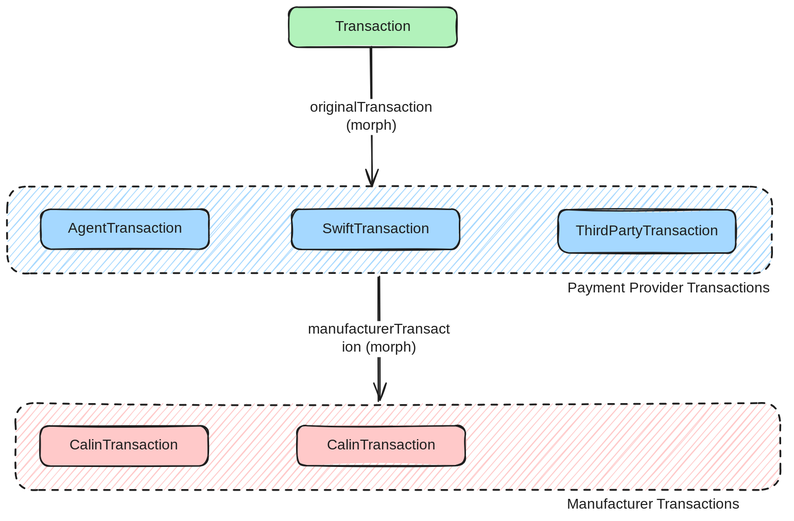
Before: docs/development/images/transactions.excalidraw.svg, a diagram exported from Excalidraw (rohitwebstep/micropowermanager). Source tidied: one line per element, renumbered; positions are measured from the earlier drawing's top-left corner, leaving out a move shared by most shapes.
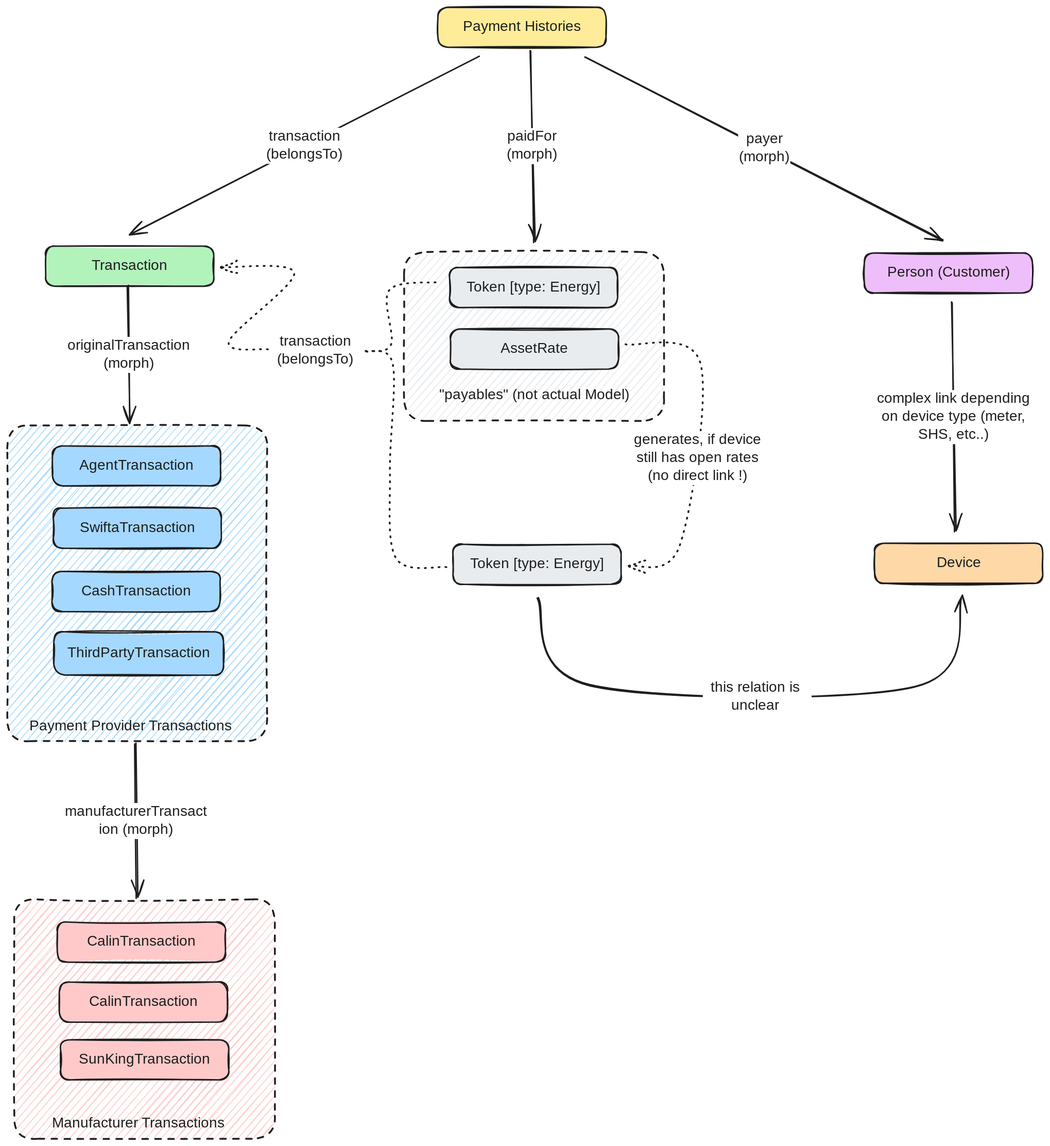
Above is the later version.

What changed in the source:
```diff
@@ -1,20 +1,54 @@
+{"id": 20, "type": "rectangle", "strokeColor": "#1e1e1e", "backgroundColor": "#e9ecef", "fillStyle": "hachure", "strokeWidth": 2, "strokeStyle": "dashed", "roughness": 1, "round": true, "x": 840, "y": 8, "width": 360, "height": 234}
-{"id": 0, "type": "rectangle", "strokeColor": "#1e1e1e", "backgroundColor": "#ffc9c9", "fillStyle": "hachure", "strokeWidth": 2, "strokeStyle": "dashed", "roughness": 1, "round": true, "x": 12, "y": 549, "width": 1061, "height": 120}
+{"id": 0, "type": "rectangle", "strokeColor": "#1e1e1e", "backgroundColor": "#ffc9c9", "fillStyle": "hachure", "strokeWidth": 2, "strokeStyle": "dashed", "roughness": 1, "round": true, "x": 300, "y": 905, "width": 361, "height": 332}
-{"id": 1, "type": "rectangle", "strokeColor": "#1e1e1e", "backgroundColor": "#a5d8ff", "fillStyle": "hachure", "strokeWidth": 2, "strokeStyle": "dashed", "roughness": 1, "round": true, "x": 0, "y": 249, "width": 1061, "height": 120}
+{"id": 1, "type": "rectangle", "strokeColor": "#1e1e1e", "backgroundColor": "#a5d8ff", "fillStyle": "hachure", "strokeWidth": 2, "strokeStyle": "dashed", "roughness": 1, "round": true, "x": 290, "y": 248, "width": 360, "height": 438}
-{"id": 2, "type": "rectangle", "strokeColor": "#1e1e1e", "backgroundColor": "#b2f2bb", "fillStyle": "solid", "strokeWidth": 2, "roughness": 1, "round": true, "x": 391, "y": 0, "width": 233, "height": 56}
+{"id": 2, "type": "rectangle", "strokeColor": "#1e1e1e", "backgroundColor": "#b2f2bb", "fillStyle": "solid", "strokeWidth": 2, "roughness": 1, "round": true, "x": 343, "y": 0, "width": 233, "height": 56}
-{"id": 3, "type": "text", "text": "Transaction", "strokeColor": "#1e1e1e", "backgroundColor": "#b2f2bb", "fillStyle": "hachure", "strokeWidth": 2, "roughness": 1, "fontSize": 20, "fontFamily": 5, "textAlign": "center", "verticalAlign": "middle", "inside": 2, "x": 449, "y": 15, "width": 116, "height": 25}
+{"id": 3, "type": "text", "text": "Transaction", "strokeColor": "#1e1e1e", "backgroundColor": "#b2f2bb", "fillStyle": "hachure", "strokeWidth": 2, "roughness": 1, "fontSize": 20, "fontFamily": 5, "textAlign": "center", "verticalAlign": "middle", "inside": 2, "x": 402, "y": 15, "width": 116, "height": 25}
-{"id": 4, "type": "rectangle", "strokeColor": "#1e1e1e", "backgroundColor": "#a5d8ff", "fillStyle": "solid", "strokeWidth": 2, "roughness": 1, "round": true, "x": 47, "y": 280, "width": 233, "height": 56}
+{"id": 4, "type": "rectangle", "strokeColor": "#1e1e1e", "backgroundColor": "#a5d8ff", "fillStyle": "solid", "strokeWidth": 2, "roughness": 1, "round": true, "x": 353, "y": 276, "width": 233, "height": 56}
-{"id": 5, "type": "text", "text": "AgentTransaction", "strokeColor": "#1e1e1e", "backgroundColor": "#b2f2bb", "fillStyle": "hachure", "strokeWidth": 2, "roughness": 1, "fontSize": 20, "fontFamily": 5, "textAlign": "center", "verticalAlign": "middle", "inside": 4, "x": 77, "y": 295, "width": 173, "height": 25}
+{"id": 5, "type": "text", "text": "AgentTransaction", "strokeColor": "#1e1e1e", "backgroundColor": "#b2f2bb", "fillStyle": "hachure", "strokeWidth": 2, "roughness": 1, "fontSize": 20, "fontFamily": 5, "textAlign": "center", "verticalAlign": "middle", "inside": 4, "x": 383, "y": 292, "width": 173, "height": 25}
-{"id": 6, "type": "rectangle", "strokeColor": "#1e1e1e", "backgroundColor": "#a5d8ff", "fillStyle": "solid", "strokeWidth": 2, "roughness": 1, "round": true, "x": 394, "y": 280, "width": 233, "height": 56}
+{"id": 6, "type": "rectangle", "strokeColor": "#1e1e1e", "backgroundColor": "#a5d8ff", "fillStyle": "solid", "strokeWidth": 2, "roughness": 1, "round": true, "x": 354, "y": 363, "width": 233, "height": 56}
-{"id": 7, "type": "text", "text": "SwiftTransaction", "strokeColor": "#1e1e1e", "backgroundColor": "#b2f2bb", "fillStyle": "hachure", "strokeWidth": 2, "roughness": 1, "fontSize": 20, "fontFamily": 5, "textAlign": "center", "verticalAlign": "middle", "inside": 6, "x": 427, "y": 296, "width": 168, "height": 25}
+{"id": 7, "type": "text", "text": "SwiftaTransaction", "strokeColor": "#1e1e1e", "backgroundColor": "#b2f2bb", "fillStyle": "hachure", "strokeWidth": 2, "roughness": 1, "fontSize": 20, "fontFamily": 5, "textAlign": "center", "verticalAlign": "middle", "inside": 6, "x": 381, "y": 378, "width": 179, "height": 25}
-{"id": 8, "type": "rectangle", "strokeColor": "#1e1e1e", "backgroundColor": "#a5d8ff", "fillStyle": "solid", "strokeWidth": 2, "roughness": 1, "round": true, "x": 764, "y": 281, "width": 246, "height": 60}
+{"id": 8, "type": "rectangle", "strokeColor": "#1e1e1e", "backgroundColor": "#a5d8ff", "fillStyle": "solid", "strokeWidth": 2, "roughness": 1, "round": true, "x": 355, "y": 534, "width": 235, "height": 60}
-{"id": 9, "type": "text", "text": "ThirdPartyTransaction", "strokeColor": "#1e1e1e", "backgroundColor": "#b2f2bb", "fillStyle": "hachure", "strokeWidth": 2, "roughness": 1, "fontSize": 20, "fontFamily": 5, "textAlign": "center", "verticalAlign": "middle", "inside": 8, "x": 775, "y": 298, "width": 225, "height": 25}
+{"id": 9, "type": "text", "text": "ThirdPartyTransaction", "strokeColor": "#1e1e1e", "backgroundColor": "#b2f2bb", "fillStyle": "hachure", "strokeWidth": 2, "roughness": 1, "fontSize": 20, "fontFamily": 5, "textAlign": "center", "verticalAlign": "middle", "inside": 8, "x": 360, "y": 552, "width": 225, "height": 25}
-{"id": 10, "type": "rectangle", "strokeColor": "#1e1e1e", "backgroundColor": "#ffc9c9", "fillStyle": "solid", "strokeWidth": 2, "roughness": 1, "round": true, "x": 45, "y": 581, "width": 233, "height": 56}
+{"id": 10, "type": "rectangle", "strokeColor": "#1e1e1e", "backgroundColor": "#ffc9c9", "fillStyle": "solid", "strokeWidth": 2, "roughness": 1, "round": true, "x": 362, "y": 1020, "width": 233, "height": 56}
-{"id": 11, "type": "text", "text": "CalinTransaction", "strokeColor": "#1e1e1e", "backgroundColor": "#b2f2bb", "fillStyle": "hachure", "strokeWidth": 2, "roughness": 1, "fontSize": 20, "fontFamily": 5, "textAlign": "center", "verticalAlign": "middle", "inside": 10, "x": 82, "y": 596, "width": 160, "height": 25}
+{"id": 11, "type": "text", "text": "CalinTransaction", "strokeColor": "#1e1e1e", "backgroundColor": "#b2f2bb", "fillStyle": "hachure", "strokeWidth": 2, "roughness": 1, "fontSize": 20, "fontFamily": 5, "textAlign": "center", "verticalAlign": "middle", "inside": 10, "x": 399, "y": 1035, "width": 160, "height": 25}
-{"id": 12, "type": "rectangle", "strokeColor": "#1e1e1e", "backgroundColor": "#ffc9c9", "fillStyle": "solid", "strokeWidth": 2, "roughness": 1, "round": true, "x": 402, "y": 580, "width": 233, "height": 56}
+{"id": 12, "type": "rectangle", "strokeColor": "#1e1e1e", "backgroundColor": "#ffc9c9", "fillStyle": "solid", "strokeWidth": 2, "roughness": 1, "round": true, "x": 360, "y": 937, "width": 233, "height": 56}
-{"id": 13, "type": "text", "text": "CalinTransaction", "strokeColor": "#1e1e1e", "backgroundColor": "#b2f2bb", "fillStyle": "hachure", "strokeWidth": 2, "roughness": 1, "fontSize": 20, "fontFamily": 5, "textAlign": "center", "verticalAlign": "middle", "inside": 12, "x": 439, "y": 596, "width": 160, "height": 25}
+{"id": 13, "type": "text", "text": "CalinTransaction", "strokeColor": "#1e1e1e", "backgroundColor": "#b2f2bb", "fillStyle": "hachure", "strokeWidth": 2, "roughness": 1, "fontSize": 20, "fontFamily": 5, "textAlign": "center", "verticalAlign": "middle", "inside": 12, "x": 396, "y": 952, "width": 160, "height": 25}
-{"id": 14, "type": "text", "text": "Manufacturer Transactions", "strokeColor": "#1e1e1e", "backgroundColor": "#a5d8ff", "fillStyle": "solid", "strokeWidth": 2, "strokeStyle": "dashed", "roughness": 1, "fontSize": 20, "fontFamily": 5, "x": 776, "y": 678, "width": 263, "height": 25}
+{"id": 14, "type": "text", "text": "Manufacturer Transactions", "strokeColor": "#1e1e1e", "backgroundColor": "#a5d8ff", "fillStyle": "solid", "strokeWidth": 2, "strokeStyle": "dashed", "roughness": 1, "fontSize": 20, "fontFamily": 5, "x": 352, "y": 1204, "width": 263, "height": 25}
-{"id": 15, "type": "text", "text": "Payment Provider Transactions", "strokeColor": "#1e1e1e", "backgroundColor": "#a5d8ff", "fillStyle": "solid", "strokeWidth": 2, "strokeStyle": "dashed", "roughness": 1, "fontSize": 20, "fontFamily": 5, "x": 777, "y": 378, "width": 304, "height": 25}
+{"id": 15, "type": "text", "text": "Payment Provider Transactions", "strokeColor": "#1e1e1e", "backgroundColor": "#a5d8ff", "fillStyle": "solid", "strokeWidth": 2, "strokeStyle": "dashed", "roughness": 1, "fontSize": 20, "fontFamily": 5, "x": 321, "y": 654, "width": 304, "height": 25}
-{"id": 16, "type": "arrow", "strokeColor": "#1e1e1e", "backgroundColor": "#a5d8ff", "fillStyle": "solid", "strokeWidth": 2, "roughness": 1, "endArrowhead": "arrow", "round": true, "from": 1, "to": 0, "x": 515, "y": 375, "width": 0, "height": 171, "points": [[0, 0], [0, 171]]}
+{"id": 16, "type": "arrow", "strokeColor": "#1e1e1e", "backgroundColor": "#a5d8ff", "fillStyle": "solid", "strokeWidth": 2, "roughness": 1, "endArrowhead": "arrow", "round": true, "from": 15, "x": 468, "y": 690, "width": 2, "height": 213, "points": [[0, 0], [2, 213]]}
-{"id": 17, "type": "text", "text": "manufacturerTransact\nion (morph)", "strokeColor": "#1e1e1e", "backgroundColor": "#a5d8ff", "fillStyle": "solid", "strokeWidth": 2, "roughness": 1, "fontSize": 20, "fontFamily": 5, "textAlign": "center", "verticalAlign": "middle", "inside": 16, "x": 408, "y": 435, "width": 215, "height": 50}
+{"id": 17, "type": "text", "text": "manufacturerTransact\nion (morph)", "strokeColor": "#1e1e1e", "backgroundColor": "#a5d8ff", "fillStyle": "solid", "strokeWidth": 2, "roughness": 1, "fontSize": 20, "fontFamily": 5, "textAlign": "center", "verticalAlign": "middle", "inside": 16, "x": 408, "y": 434, "width": 215, "height": 50}
-{"id": 18, "type": "arrow", "strokeColor": "#1e1e1e", "backgroundColor": "#a5d8ff", "fillStyle": "solid", "strokeWidth": 2, "roughness": 1, "endArrowhead": "arrow", "round": true, "from": 2, "to": 1, "x": 504, "y": 56, "width": 1, "height": 192, "points": [[0, 0], [1, 192]]}
+{"id": 18, "type": "arrow", "strokeColor": "#1e1e1e", "backgroundColor": "#a5d8ff", "fillStyle": "solid", "strokeWidth": 2, "roughness": 1, "endArrowhead": "arrow", "round": true, "from": 2, "x": 457, "y": 55, "width": 2, "height": 190, "points": [[0, 0], [2, 190]]}
 {"id": 19, "type": "text", "text": "originalTransaction\n(morph)", "strokeColor": "#1e1e1e", "backgroundColor": "#a5d8ff", "fillStyle": "solid", "strokeWidth": 2, "roughness": 1, "fontSize": 20, "fontFamily": 5, "textAlign": "center", "verticalAlign": "middle", "inside": 18, "x": 413, "y": 127, "width": 184, "height": 50}
+{"id": 21, "type": "rectangle", "strokeColor": "#1e1e1e", "backgroundColor": "#ffec99", "fillStyle": "solid", "strokeWidth": 2, "roughness": 1, "round": true, "x": 888, "y": -332, "width": 233, "height": 56}
+{"id": 22, "type": "text", "text": "Payment Histories", "strokeColor": "#1e1e1e", "backgroundColor": "#b2f2bb", "fillStyle": "hachure", "strokeWidth": 2, "roughness": 1, "fontSize": 20, "fontFamily": 5, "textAlign": "center", "verticalAlign": "middle", "inside": 21, "x": 917, "y": -317, "width": 174, "height": 25}
+{"id": 23, "type": "rectangle", "strokeColor": "#1e1e1e", "backgroundColor": "#eebefa", "fillStyle": "solid", "strokeWidth": 2, "roughness": 1, "round": true, "x": 1479, "y": 9, "width": 233, "height": 56}
+{"id": 24, "type": "text", "text": "Person (Customer)", "strokeColor": "#1e1e1e", "backgroundColor": "#b2f2bb", "fillStyle": "hachure", "strokeWidth": 2, "roughness": 1, "fontSize": 20, "fontFamily": 5, "textAlign": "center", "verticalAlign": "middle", "inside": 23, "x": 1506, "y": 24, "width": 179, "height": 25}
+{"id": 25, "type": "arrow", "strokeColor": "#1e1e1e", "backgroundColor": "#ffec99", "fillStyle": "solid", "strokeWidth": 2, "roughness": 1, "endArrowhead": "arrow", "round": true, "from": 21, "to": 2, "x": 944, "y": -263, "width": 483, "height": 247, "points": [[0, 0], [-483, 247]]}
+{"id": 26, "type": "text", "text": "transaction\n(belongsTo)", "strokeColor": "#1e1e1e", "backgroundColor": "#ffec99", "fillStyle": "solid", "strokeWidth": 2, "roughness": 1, "fontSize": 20, "fontFamily": 5, "textAlign": "center", "verticalAlign": "middle", "inside": 25, "x": 672, "y": -163, "width": 115, "height": 50}
+{"id": 27, "type": "arrow", "strokeColor": "#1e1e1e", "backgroundColor": "#ffec99", "fillStyle": "solid", "strokeWidth": 2, "roughness": 1, "endArrowhead": "arrow", "round": true, "from": 21, "to": 23, "x": 1093, "y": -263, "width": 495, "height": 255, "points": [[0, 0], [495, 255]]}
+{"id": 28, "type": "text", "text": "payer\n(morph)", "strokeColor": "#1e1e1e", "backgroundColor": "#ffec99", "fillStyle": "solid", "strokeWidth": 2, "roughness": 1, "fontSize": 20, "fontFamily": 5, "textAlign": "center", "verticalAlign": "middle", "inside": 27, "x": 1267, "y": -167, "width": 72, "height": 50}
+{"id": 29, "type": "rectangle", "strokeColor": "#1e1e1e", "backgroundColor": "#e9ecef", "fillStyle": "solid", "strokeWidth": 2, "roughness": 1, "round": true, "x": 905, "y": 114, "width": 233, "height": 56}
+{"id": 30, "type": "text", "text": "AssetRate", "strokeColor": "#1e1e1e", "backgroundColor": "#b2f2bb", "fillStyle": "hachure", "strokeWidth": 2, "roughness": 1, "fontSize": 20, "fontFamily": 5, "textAlign": "center", "verticalAlign": "middle", "inside": 29, "x": 969, "y": 130, "width": 105, "height": 25}
+{"id": 31, "type": "rectangle", "strokeColor": "#1e1e1e", "backgroundColor": "#ffc9c9", "fillStyle": "solid", "strokeWidth": 2, "roughness": 1, "round": true, "x": 364, "y": 1100, "width": 233, "height": 56}
+{"id": 32, "type": "text", "text": "SunKingTransaction", "strokeColor": "#1e1e1e", "backgroundColor": "#b2f2bb", "fillStyle": "hachure", "strokeWidth": 2, "roughness": 1, "fontSize": 20, "fontFamily": 5, "textAlign": "center", "verticalAlign": "middle", "inside": 31, "x": 386, "y": 1115, "width": 189, "height": 25}
+{"id": 33, "type": "rectangle", "strokeColor": "#1e1e1e", "backgroundColor": "#a5d8ff", "fillStyle": "solid", "strokeWidth": 2, "roughness": 1, "round": true, "x": 352, "y": 451, "width": 233, "height": 56}
+{"id": 34, "type": "text", "text": "CashTransaction", "strokeColor": "#1e1e1e", "backgroundColor": "#b2f2bb", "fillStyle": "hachure", "strokeWidth": 2, "roughness": 1, "fontSize": 20, "fontFamily": 5, "textAlign": "center", "verticalAlign": "middle", "inside": 33, "x": 388, "y": 466, "width": 162, "height": 25}
+{"id": 35, "type": "arrow", "strokeColor": "#1e1e1e", "backgroundColor": "#e9ecef", "fillStyle": "solid", "strokeWidth": 2, "roughness": 1, "endArrowhead": "arrow", "round": true, "from": 21, "to": 20, "x": 1015, "y": -272, "width": 6, "height": 266, "points": [[0, 0], [6, 266]]}
+{"id": 36, "type": "text", "text": "paidFor\n(morph)", "strokeColor": "#1e1e1e", "backgroundColor": "#e9ecef", "fillStyle": "solid", "strokeWidth": 2, "roughness": 1, "fontSize": 20, "fontFamily": 5, "textAlign": "center", "verticalAlign": "middle", "inside": 35, "x": 1243, "y": -160, "width": 72, "height": 50}
+{"id": 37, "type": "rectangle", "strokeColor": "#1e1e1e", "backgroundColor": "#e9ecef", "fillStyle": "solid", "strokeWidth": 2, "roughness": 1, "round": true, "x": 904, "y": 29, "width": 233, "height": 56}
+{"id": 38, "type": "text", "text": "Token [type: Energy]", "strokeColor": "#1e1e1e", "backgroundColor": "#b2f2bb", "fillStyle": "hachure", "strokeWidth": 2, "roughness": 1, "fontSize": 20, "fontFamily": 5, "textAlign": "center", "verticalAlign": "middle", "inside": 37, "x": 916, "y": 44, "width": 208, "height": 25}
+{"id": 39, "type": "rectangle", "strokeColor": "#1e1e1e", "backgroundColor": "#e9ecef", "fillStyle": "solid", "strokeWidth": 2, "roughness": 1, "round": true, "x": 908, "y": 413, "width": 233, "height": 56}
+{"id": 40, "type": "text", "text": "Token [type: Energy]", "strokeColor": "#1e1e1e", "backgroundColor": "#b2f2bb", "fillStyle": "hachure", "strokeWidth": 2, "roughness": 1, "fontSize": 20, "fontFamily": 5, "textAlign": "center", "verticalAlign": "middle", "inside": 39, "x": 921, "y": 428, "width": 208, "height": 25}
+{"id": 41, "type": "text", "text": "\"payables\" (not actual Model)", "strokeColor": "#1e1e1e", "backgroundColor": "#a5d8ff", "fillStyle": "solid", "strokeWidth": 2, "strokeStyle": "dashed", "roughness": 1, "fontSize": 20, "fontFamily": 5, "x": 889, "y": 194, "width": 285, "height": 25}
+{"id": 42, "type": "arrow", "strokeColor": "#1e1e1e", "backgroundColor": "#e9ecef", "fillStyle": "solid", "strokeWidth": 2, "strokeStyle": "dotted", "roughness": 1, "endArrowhead": "arrow", "round": true, "from": 29, "to": 39, "x": 1148, "y": 136, "width": 104, "height": 308, "points": [[0, 0], [104, 25], [74, 277], [3, 308]]}
+{"id": 43, "type": "text", "text": "generates, if device\nstill has open rates\n(no direct link !)", "strokeColor": "#1e1e1e", "backgroundColor": "#e9ecef", "fillStyle": "solid", "strokeWidth": 2, "strokeStyle": "dotted", "roughness": 1, "fontSize": 20, "fontFamily": 5, "textAlign": "center", "verticalAlign": "middle", "inside": 42, "x": 1240, "y": 257, "width": 190, "height": 75}
+{"id": 44, "type": "text", "text": "transaction\n(belongsTo)", "strokeColor": "#1e1e1e", "backgroundColor": "#e9ecef", "fillStyle": "solid", "strokeWidth": 2, "strokeStyle": "dotted", "roughness": 1, "fontSize": 20, "fontFamily": 5, "textAlign": "center", "x": 660, "y": 120, "width": 115, "height": 50}
+{"id": 45, "type": "arrow", "strokeColor": "#1e1e1e", "backgroundColor": "#e9ecef", "fillStyle": "solid", "strokeWidth": 2, "strokeStyle": "dotted", "roughness": 1, "endArrowhead": "arrow", "round": true, "from": 44, "to": 2, "x": 651, "y": 142, "width": 101, "height": 114, "points": [[0, 0], [-54, -9], [36, -105], [-65, -114]]}
+{"id": 46, "type": "arrow", "strokeColor": "#1e1e1e", "backgroundColor": "#e9ecef", "fillStyle": "solid", "strokeWidth": 2, "strokeStyle": "dotted", "roughness": 1, "round": true, "from": 44, "to": 37, "x": 786, "y": 145, "width": 104, "height": 96, "points": [[0, 0], [36, -9], [34, -86], [104, -96]]}
+{"id": 47, "type": "arrow", "strokeColor": "#1e1e1e", "backgroundColor": "#e9ecef", "fillStyle": "solid", "strokeWidth": 2, "strokeStyle": "dotted", "roughness": 1, "round": true, "from": 39, "to": 44, "x": 898, "y": 445, "width": 111, "height": 299, "points": [[0, 0], [-68, -12], [-77, -132], [-72, -282], [-111, -299]]}
+{"id": 48, "type": "arrow", "strokeColor": "#1e1e1e", "backgroundColor": "#ffd8a8", "fillStyle": "solid", "strokeWidth": 2, "roughness": 1, "endArrowhead": "arrow", "round": true, "from": 23, "to": 50, "x": 1600, "y": 79, "width": 5, "height": 316, "points": [[0, 0], [5, 316]]}
+{"id": 49, "type": "text", "text": "complex link depending\non device type (meter,\nSHS, etc..)", "strokeColor": "#1e1e1e", "backgroundColor": "#ffd8a8", "fillStyle": "solid", "strokeWidth": 2, "roughness": 1, "fontSize": 20, "fontFamily": 5, "textAlign": "center", "verticalAlign": "middle", "inside": 48, "x": 1495, "y": 199, "width": 215, "height": 75}
+{"id": 50, "type": "rectangle", "strokeColor": "#1e1e1e", "backgroundColor": "#ffd8a8", "fillStyle": "solid", "strokeWidth": 2, "roughness": 1, "round": true, "x": 1493, "y": 411, "width": 233, "height": 56}
+{"id": 51, "type": "text", "text": "Device", "strokeColor": "#1e1e1e", "backgroundColor": "#b2f2bb", "fillStyle": "hachure", "strokeWidth": 2, "roughness": 1, "fontSize": 20, "fontFamily": 5, "textAlign": "center", "verticalAlign": "middle", "inside": 50, "x": 1579, "y": 427, "width": 63, "height": 25}
+{"id": 52, "type": "arrow", "strokeColor": "#1e1e1e", "backgroundColor": "#ffd8a8", "fillStyle": "solid", "strokeWidth": 2, "roughness": 1, "endArrowhead": "arrow", "round": true, "from": 39, "to": 50, "x": 1026, "y": 488, "width": 587, "height": 126, "points": [[0, 0], [72, 121], [523, 123], [587, -2]]}
+{"id": 53, "type": "text", "text": "this relation is \nunclear ", "strokeColor": "#1e1e1e", "backgroundColor": "#ffd8a8", "fillStyle": "solid", "strokeWidth": 2, "roughness": 1, "fontSize": 20, "fontFamily": 5, "textAlign": "center", "verticalAlign": "middle", "inside": 52, "x": 1255, "y": 600, "width": 151, "height": 50}
```
